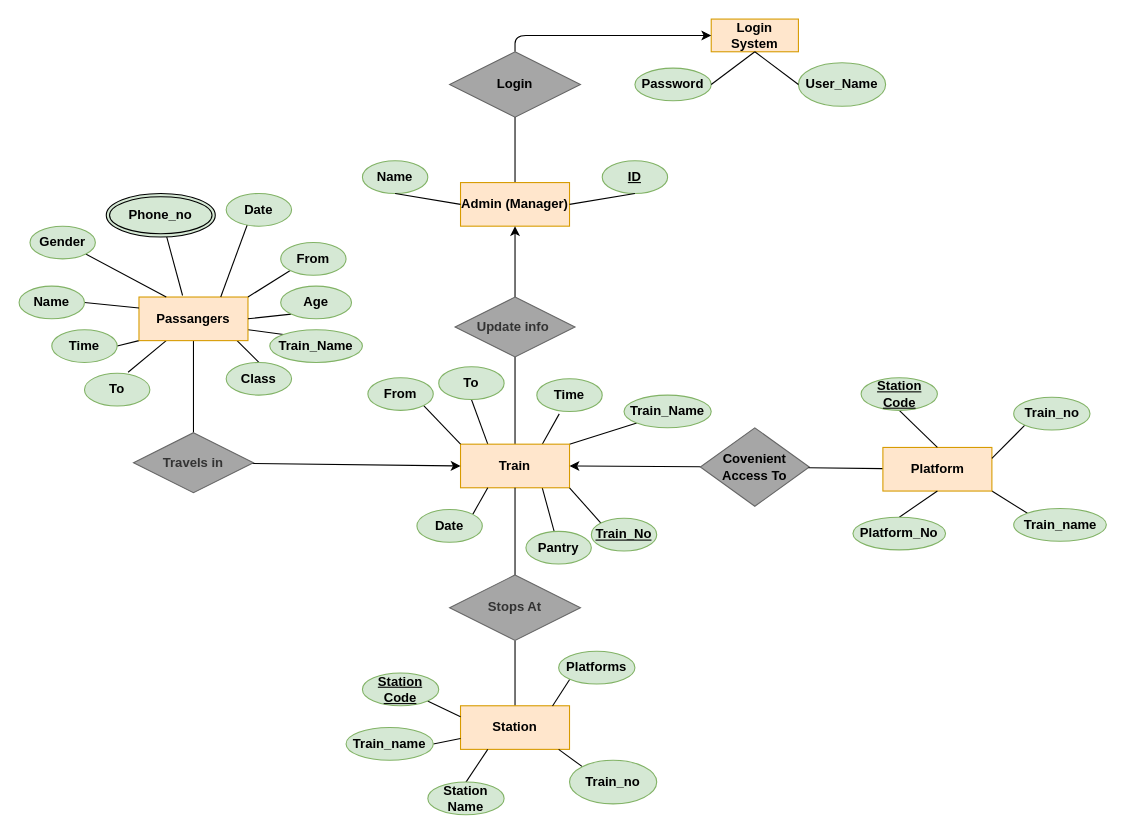
Earlier version of the draw.io diagram ERdbmsre.drawio (gameboy-stack/TTreserv). Source tidied: cells renumbered, new cells numbered last; positions are measured from the earlier drawing's top-left corner, leaving out a move shared by most shapes. Both pictures are drawn from the tidied source at 109%, with x=0, y=0 at pixel (19, 19).
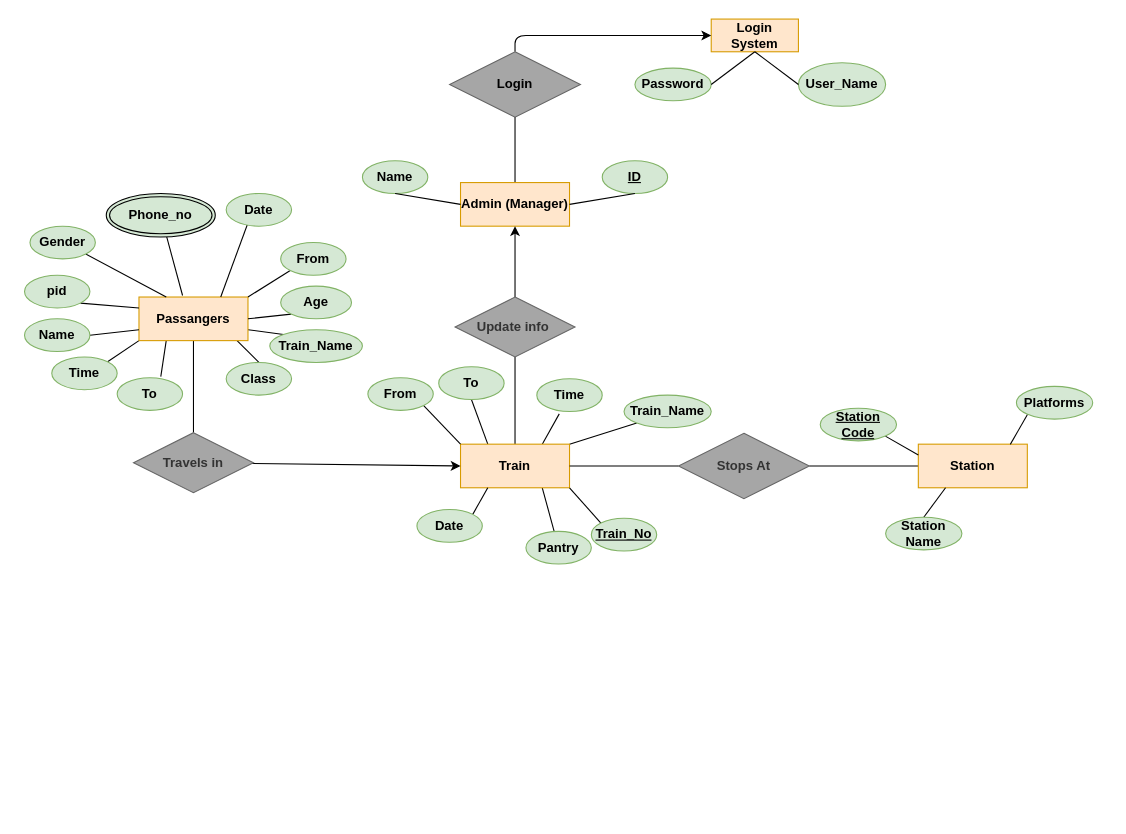
The same diagram, later.

Unchanged cells that the change refers to:
```xml
<mxCell id="21" value="&lt;b&gt;Passangers&lt;/b&gt;" style="whiteSpace=wrap;html=1;align=center;strokeColor=#d79b00;fillColor=#ffe6cc;" parent="1" vertex="1">
  <mxGeometry x="110" y="255" width="100" height="40" as="geometry" />
</mxCell>
<mxCell id="35" value="&lt;b&gt;Train&lt;/b&gt;" style="whiteSpace=wrap;html=1;align=center;strokeColor=#d79b00;fillColor=#ffe6cc;" parent="1" vertex="1">
  <mxGeometry x="405" y="390" width="100" height="40" as="geometry" />
</mxCell>
```

Diff of the diagram source:
```diff
@@
-    <mxCell id="16" style="edgeStyle=none;jettySize=auto;html=1;exitX=0;exitY=1;exitDx=0;exitDy=0;entryX=1;entryY=0.5;entryDx=0;entryDy=0;fontColor=#333333;endArrow=none;" parent="1" edge="1" source="21" target="75">
+    <mxCell id="16" style="edgeStyle=none;jettySize=auto;html=1;exitX=0;exitY=1;exitDx=0;exitDy=0;entryX=1;entryY=0;entryDx=0;entryDy=0;fontColor=#333333;endArrow=none;" parent="1" edge="1" source="21" target="75">
       <mxGeometry relative="1" as="geometry" />
     </mxCell>
@@
-    <mxCell id="22" style="edgeStyle=none;jettySize=auto;html=1;exitX=1;exitY=0.5;exitDx=0;exitDy=0;entryX=0;entryY=0.25;entryDx=0;entryDy=0;fontColor=#333333;endArrow=none;" parent="1" edge="1" source="23" target="21">
+    <mxCell id="22" style="edgeStyle=none;jettySize=auto;html=1;exitX=1;exitY=0.5;exitDx=0;exitDy=0;entryX=0;entryY=0.75;entryDx=0;entryDy=0;fontColor=#333333;endArrow=none;" parent="1" edge="1" source="23" target="21">
       <mxGeometry relative="1" as="geometry" />
     </mxCell>
     <mxCell id="23" value="&lt;b&gt;Name&lt;/b&gt;" style="ellipse;whiteSpace=wrap;html=1;align=center;strokeColor=#82b366;fillColor=#d5e8d4;" parent="1" vertex="1">
-      <mxGeometry y="245" width="60" height="30" as="geometry" />
+      <mxGeometry x="5" y="275" width="60" height="30" as="geometry" />
     </mxCell>
@@
-    <mxCell id="36" style="edgeStyle=none;rounded=1;jettySize=auto;html=1;exitX=0.5;exitY=1;exitDx=0;exitDy=0;entryX=0.5;entryY=0;entryDx=0;entryDy=0;fontColor=#333333;endArrow=none;" parent="1" edge="1" source="38" target="39">
+    <mxCell id="36" style="edgeStyle=none;rounded=1;jettySize=auto;html=1;exitX=1;exitY=0.5;exitDx=0;exitDy=0;entryX=0;entryY=0.5;entryDx=0;entryDy=0;fontColor=#333333;endArrow=none;" parent="1" edge="1" source="38" target="39">
       <mxGeometry relative="1" as="geometry" />
     </mxCell>
-    <mxCell id="37" style="edgeStyle=none;jettySize=auto;html=1;entryX=0.5;entryY=1;entryDx=0;entryDy=0;fontColor=#333333;endArrow=none;" parent="1" edge="1" source="38" target="35">
+    <mxCell id="37" style="edgeStyle=none;jettySize=auto;html=1;entryX=1;entryY=0.5;entryDx=0;entryDy=0;fontColor=#333333;endArrow=none;" parent="1" edge="1" source="38" target="35">
       <mxGeometry relative="1" as="geometry" />
     </mxCell>
     <mxCell id="38" value="&lt;b&gt;Stops At&lt;/b&gt;" style="shape=rhombus;perimeter=rhombusPerimeter;whiteSpace=wrap;html=1;align=center;strokeColor=#666666;fontColor=#333333;fillColor=#A6A6A6;" parent="1" vertex="1">
-      <mxGeometry x="395" y="510" width="120" height="60" as="geometry" />
+      <mxGeometry x="605" y="380" width="120" height="60" as="geometry" />
     </mxCell>
     <mxCell id="39" value="&lt;b&gt;Station&lt;/b&gt;" style="whiteSpace=wrap;html=1;align=center;strokeColor=#d79b00;fillColor=#ffe6cc;" parent="1" vertex="1">
-      <mxGeometry x="405" y="630" width="100" height="40" as="geometry" />
+      <mxGeometry x="825" y="390" width="100" height="40" as="geometry" />
     </mxCell>
-    <mxCell id="40" style="edgeStyle=none;jettySize=auto;html=1;entryX=1;entryY=0.5;entryDx=0;entryDy=0;fontColor=#333333;" parent="1" edge="1" source="41" target="35">
-      <mxGeometry relative="1" as="geometry" />
-    </mxCell>
-    <mxCell id="41" value="&lt;div&gt;&lt;b style=&quot;color: rgb(0 , 0 , 0)&quot;&gt;Covenient Access To&lt;/b&gt;&lt;br&gt;&lt;/div&gt;" style="shape=rhombus;perimeter=rhombusPerimeter;whiteSpace=wrap;html=1;align=center;strokeColor=#666666;fontColor=#333333;fillColor=#A6A6A6;" parent="1" vertex="1">
-      <mxGeometry x="625" y="375" width="100" height="72" as="geometry" />
-    </mxCell>
-    <mxCell id="42" style="edgeStyle=none;rounded=1;jettySize=auto;html=1;fontColor=#333333;endArrow=none;" parent="1" edge="1" source="44" target="41">
-      <mxGeometry relative="1" as="geometry" />
-    </mxCell>
-    <mxCell id="43" style="edgeStyle=none;jettySize=auto;html=1;exitX=1;exitY=1;exitDx=0;exitDy=0;entryX=0;entryY=0;entryDx=0;entryDy=0;fontColor=#333333;endArrow=none;" parent="1" edge="1" source="44" target="87">
-      <mxGeometry relative="1" as="geometry" />
-    </mxCell>
-    <mxCell id="44" value="&lt;b&gt;Platform&lt;/b&gt;" style="whiteSpace=wrap;html=1;align=center;strokeColor=#d79b00;fillColor=#ffe6cc;" parent="1" vertex="1">
-      <mxGeometry x="792.5" y="393" width="100" height="40" as="geometry" />
-    </mxCell>
@@
     <mxCell id="56" value="&lt;b&gt;&lt;u&gt;Station Code&lt;/u&gt;&lt;/b&gt;" style="ellipse;whiteSpace=wrap;html=1;align=center;strokeColor=#82b366;fillColor=#d5e8d4;" parent="1" vertex="1">
-      <mxGeometry x="315" y="600" width="70" height="30" as="geometry" />
+      <mxGeometry x="735" y="357" width="70" height="30" as="geometry" />
     </mxCell>
-    <mxCell id="57" style="edgeStyle=none;rounded=0;jettySize=auto;html=1;exitX=1;exitY=0.5;exitDx=0;exitDy=0;entryX=0;entryY=0.75;entryDx=0;entryDy=0;fontColor=#333333;endArrow=none;" parent="1" edge="1" source="58" target="39">
-      <mxGeometry relative="1" as="geometry" />
-    </mxCell>
-    <mxCell id="58" value="&lt;b&gt;Train_name&lt;/b&gt;" style="ellipse;whiteSpace=wrap;html=1;align=center;strokeColor=#82b366;fillColor=#d5e8d4;" parent="1" vertex="1">
-      <mxGeometry x="300" y="650" width="80" height="30" as="geometry" />
-    </mxCell>
@@
     <mxCell id="60" value="&lt;b&gt;Station Name&lt;/b&gt;" style="ellipse;whiteSpace=wrap;html=1;align=center;strokeColor=#82b366;fillColor=#d5e8d4;" parent="1" vertex="1">
-      <mxGeometry x="375" y="700" width="70" height="30" as="geometry" />
+      <mxGeometry x="795" y="457" width="70" height="30" as="geometry" />
     </mxCell>
@@
     <mxCell id="62" value="&lt;b&gt;Platforms&lt;/b&gt;" style="ellipse;whiteSpace=wrap;html=1;align=center;strokeColor=#82b366;fillColor=#d5e8d4;" parent="1" vertex="1">
-      <mxGeometry x="495" y="580" width="70" height="30" as="geometry" />
+      <mxGeometry x="915" y="337" width="70" height="30" as="geometry" />
     </mxCell>
-    <mxCell id="63" style="edgeStyle=none;rounded=0;jettySize=auto;html=1;exitX=0;exitY=0;exitDx=0;exitDy=0;entryX=0.9;entryY=1;entryDx=0;entryDy=0;entryPerimeter=0;fontColor=#333333;endArrow=none;" parent="1" edge="1" source="64" target="39">
-      <mxGeometry relative="1" as="geometry" />
-    </mxCell>
-    <mxCell id="64" value="&lt;b&gt;Train_no&lt;br&gt;&lt;/b&gt;" style="ellipse;whiteSpace=wrap;html=1;align=center;strokeColor=#82b366;fillColor=#d5e8d4;" parent="1" vertex="1">
-      <mxGeometry x="505" y="680" width="80" height="40" as="geometry" />
-    </mxCell>
-    <mxCell id="65" style="edgeStyle=none;rounded=0;jettySize=auto;html=1;exitX=0.5;exitY=1;exitDx=0;exitDy=0;entryX=0.5;entryY=0;entryDx=0;entryDy=0;fontColor=#333333;endArrow=none;" parent="1" edge="1" source="66" target="44">
-      <mxGeometry relative="1" as="geometry" />
-    </mxCell>
-    <mxCell id="66" value="&lt;b&gt;&lt;u&gt;Station Code&lt;/u&gt;&lt;br&gt;&lt;/b&gt;" style="ellipse;whiteSpace=wrap;html=1;align=center;strokeColor=#82b366;fillColor=#d5e8d4;" parent="1" vertex="1">
-      <mxGeometry x="772.5" y="329" width="70" height="30" as="geometry" />
-    </mxCell>
-    <mxCell id="67" style="edgeStyle=none;rounded=0;jettySize=auto;html=1;exitX=0.5;exitY=0;exitDx=0;exitDy=0;fontColor=#333333;endArrow=none;entryX=0.5;entryY=1;entryDx=0;entryDy=0;" parent="1" edge="1" source="68" target="44">
-      <mxGeometry relative="1" as="geometry" />
-    </mxCell>
-    <mxCell id="68" value="&lt;b&gt;Platform_No&lt;br&gt;&lt;/b&gt;" style="ellipse;whiteSpace=wrap;html=1;align=center;strokeColor=#82b366;fillColor=#d5e8d4;" parent="1" vertex="1">
-      <mxGeometry x="765" y="457" width="85" height="30" as="geometry" />
-    </mxCell>
-    <mxCell id="69" style="edgeStyle=none;rounded=0;jettySize=auto;html=1;exitX=0;exitY=1;exitDx=0;exitDy=0;entryX=1;entryY=0.25;entryDx=0;entryDy=0;fontColor=#333333;endArrow=none;" parent="1" edge="1" source="70" target="44">
-      <mxGeometry relative="1" as="geometry" />
-    </mxCell>
-    <mxCell id="70" value="&lt;b&gt;Train_no&lt;br&gt;&lt;/b&gt;" style="ellipse;whiteSpace=wrap;html=1;align=center;strokeColor=#82b366;fillColor=#d5e8d4;" parent="1" vertex="1">
-      <mxGeometry x="912.5" y="347" width="70" height="30" as="geometry" />
-    </mxCell>
-    <mxCell id="71" style="edgeStyle=none;orthogonalLoop=1;jettySize=auto;html=1;entryX=0.5;entryY=1;entryDx=0;entryDy=0;fontColor=#333333;" parent="1" edge="1" source="38" target="38">
-      <mxGeometry relative="1" as="geometry" />
+    <mxCell id="71" style="edgeStyle=none;orthogonalLoop=1;jettySize=auto;html=1;entryX=0.5;entryY=1;entryDx=0;entryDy=0;fontColor=#333333;" parent="1" edge="1">
+      <mxGeometry relative="1" as="geometry">
+        <mxPoint x="875" y="327" as="sourcePoint" />
+        <mxPoint x="875" y="327" as="targetPoint" />
+      </mxGeometry>
     </mxCell>
@@
     <mxCell id="75" value="&lt;b&gt;Time&lt;/b&gt;" style="ellipse;whiteSpace=wrap;html=1;align=center;strokeColor=#82b366;fillColor=#d5e8d4;" parent="1" vertex="1">
-      <mxGeometry x="30" y="285" width="60" height="30" as="geometry" />
+      <mxGeometry x="30" y="310" width="60" height="30" as="geometry" />
     </mxCell>
     <mxCell id="76" value="&lt;b&gt;To&lt;/b&gt;" style="ellipse;whiteSpace=wrap;html=1;align=center;strokeColor=#82b366;fillColor=#d5e8d4;" parent="1" vertex="1">
-      <mxGeometry x="60" y="325" width="60" height="30" as="geometry" />
+      <mxGeometry x="90" y="329" width="60" height="30" as="geometry" />
     </mxCell>
@@
-    <mxCell id="87" value="&lt;b&gt;Train_name&lt;br&gt;&lt;/b&gt;" style="ellipse;whiteSpace=wrap;html=1;align=center;strokeColor=#82b366;fillColor=#d5e8d4;" parent="1" vertex="1">
-      <mxGeometry x="912.5" y="449" width="85" height="30" as="geometry" />
-    </mxCell>
+    <mxCell id="88" style="edgeStyle=none;jettySize=auto;html=1;exitX=1;exitY=1;exitDx=0;exitDy=0;entryX=0;entryY=0.25;entryDx=0;entryDy=0;fontColor=#333333;endArrow=none;" parent="1" edge="1" source="89" target="21">
+      <mxGeometry relative="1" as="geometry" />
+    </mxCell>
+    <mxCell id="89" value="&lt;b&gt;pid&lt;/b&gt;" style="ellipse;whiteSpace=wrap;html=1;align=center;strokeColor=#82b366;fillColor=#d5e8d4;" parent="1" vertex="1">
+      <mxGeometry x="5" y="235" width="60" height="30" as="geometry" />
+    </mxCell>
```
